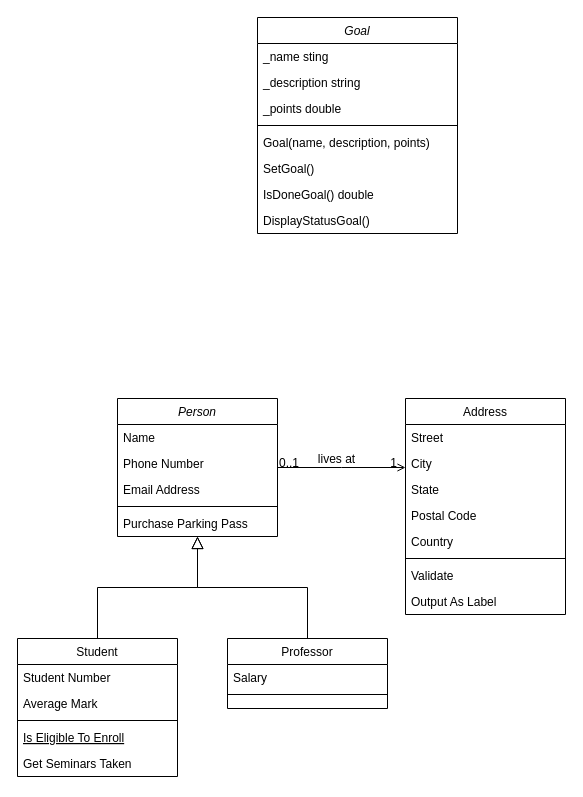
neorgon/cse210-hw keeps this draw.io diagram as assets/EternalQuestProgram.drawio. Above is the earlier version. Source tidied: cells renumbered, new cells numbered last; positions are measured from the earlier drawing's top-left corner, leaving out a move shared by most shapes. Both pictures are drawn from the tidied source at 100%, with x=0, y=0 at pixel (17, 17).
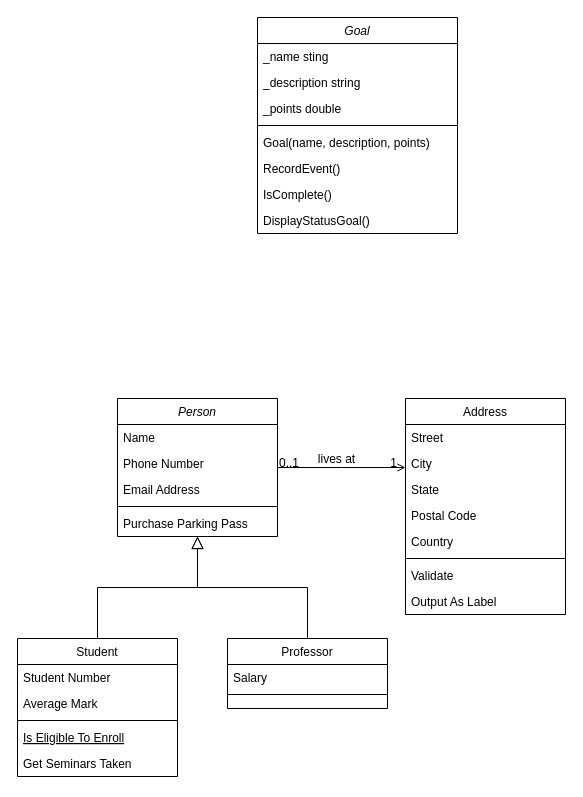
The same diagram, later.

Commit message:
Update behavior from Goal class

Unchanged cells that the change refers to:
```xml
<mxCell id="32" value="Goal" style="swimlane;fontStyle=2;align=center;verticalAlign=top;horizontal=1;startSize=26;rounded=0;shadow=0;strokeWidth=1;" parent="1" vertex="1">
  <mxGeometry x="240" width="200" height="216" as="geometry" />
</mxCell>
```

The edit, as a diff of the source:
```diff
@@
-    <mxCell id="38" value="SetGoal()" style="text;align=left;verticalAlign=top;spacingLeft=4;spacingRight=4;overflow=hidden;" parent="32" vertex="1">
+    <mxCell id="38" value="RecordEvent()" style="text;align=left;verticalAlign=top;spacingLeft=4;spacingRight=4;overflow=hidden;" parent="32" vertex="1">
       <mxGeometry y="138" width="200" height="26" as="geometry" />
     </mxCell>
-    <mxCell id="39" value="IsDoneGoal() double" style="text;align=left;verticalAlign=top;spacingLeft=4;spacingRight=4;overflow=hidden;" parent="32" vertex="1">
+    <mxCell id="39" value="IsComplete()" style="text;align=left;verticalAlign=top;spacingLeft=4;spacingRight=4;overflow=hidden;" parent="32" vertex="1">
       <mxGeometry y="164" width="200" height="26" as="geometry" />
     </mxCell>
```
